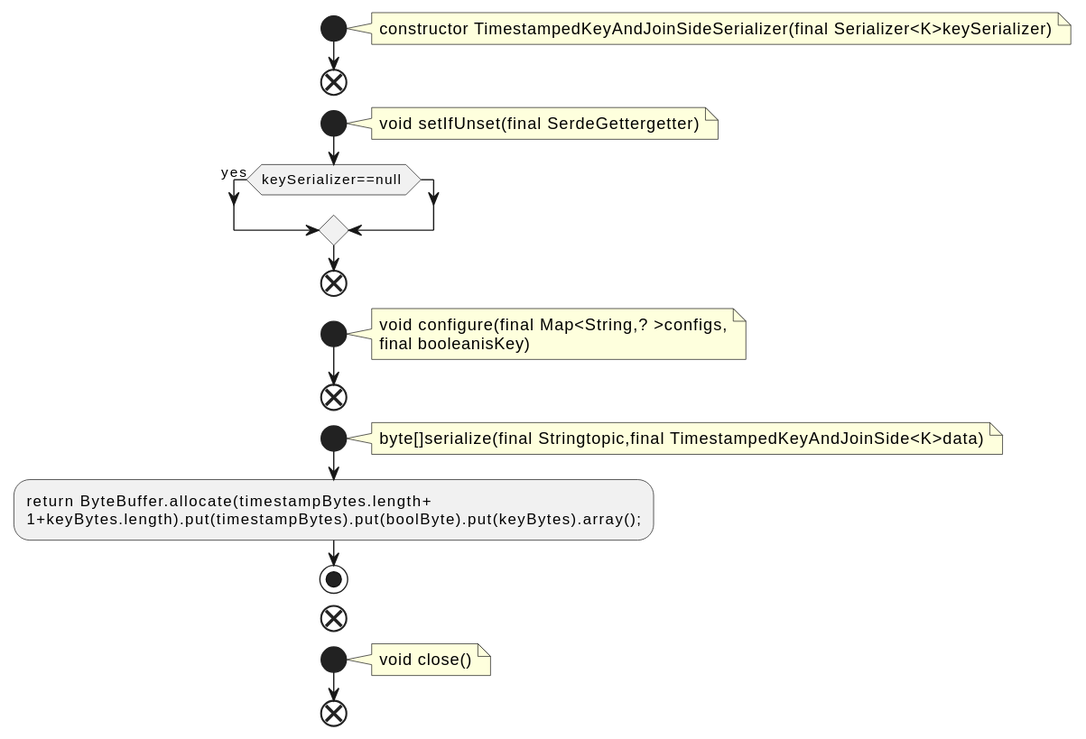
qualitesys/kafka keeps this PlantUML diagram as docs/qc/streams/src/main/java/org/apache/kafka/streams/state/internals/TimestampedKeyAndJoinSideSerializer.java.fct.svg. Above is the earlier version.
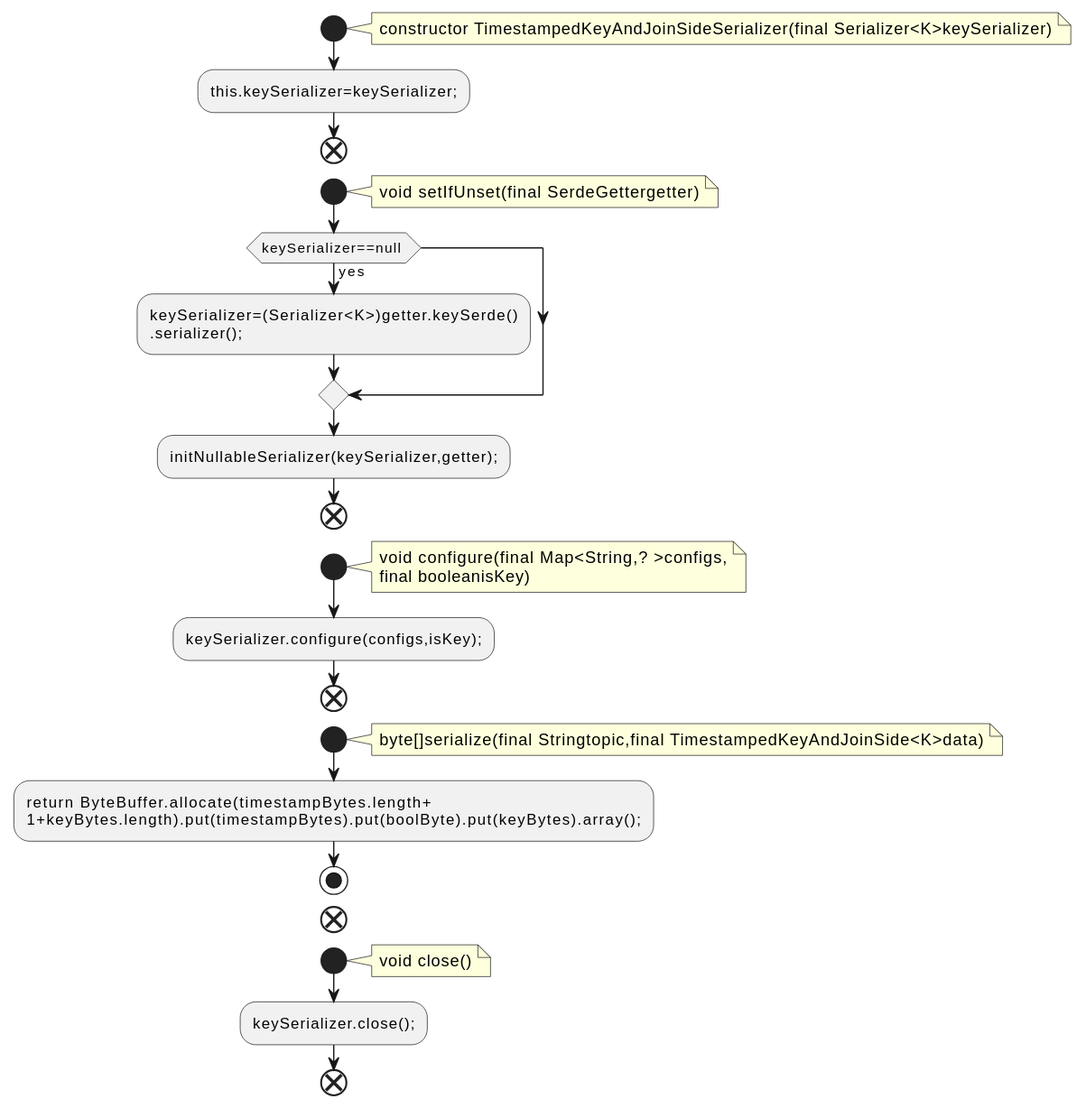
Later version of the same file.

The edit, as a diff of the source:
```diff
@@ -4,19 +4,24 @@
 note right
 constructor TimestampedKeyAndJoinSideSerializer(final Serializer<K>keySerializer)
 end note
+:this.keySerializer=keySerializer;;
 end
 start
 note right
 void setIfUnset(final SerdeGettergetter)
 end note
 if (keySerializer==null ) then (yes)
+:keySerializer=(Serializer<K>)getter.keySerde()
+.serializer();;
 endif
+:initNullableSerializer(keySerializer,getter);;
 end
 start
 note right
 void configure(final Map<String,? >configs,
 final booleanisKey)
 end note
+:keySerializer.configure(configs,isKey);;
 end
 start
 note right
@@ -30,5 +35,6 @@
 note right
 void close()
 end note
+:keySerializer.close();;
 end
 @enduml
```
